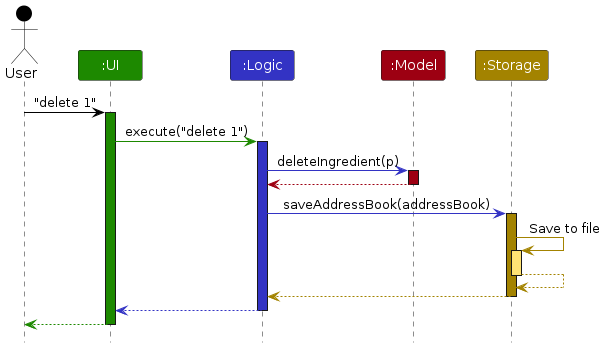
The PlantUML diagram diagrams/ArchitectureSequenceDiagram.png in prawnzyy/tp, before a commit. Its source is kept beside it as diagrams/ArchitectureSequenceDiagram.puml.
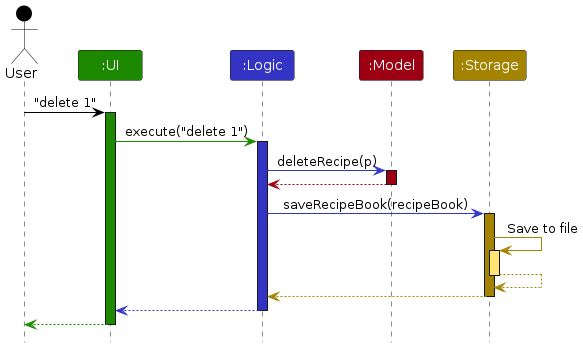
The same file after the commit.

Diff of the diagram source:
```diff
@@ -14,13 +14,13 @@
 ui -[UI_COLOR]> logic : execute("delete 1")
 activate logic LOGIC_COLOR
 
-logic -[LOGIC_COLOR]> model : deleteIngredient(p)
+logic -[LOGIC_COLOR]> model : deleteRecipe(p)
 activate model MODEL_COLOR
 
 model -[MODEL_COLOR]-> logic
 deactivate model
 
-logic -[LOGIC_COLOR]> storage : saveAddressBook(addressBook)
+logic -[LOGIC_COLOR]> storage : saveRecipeBook(recipeBook)
 activate storage STORAGE_COLOR
 
 storage -[STORAGE_COLOR]> storage : Save to file
```
